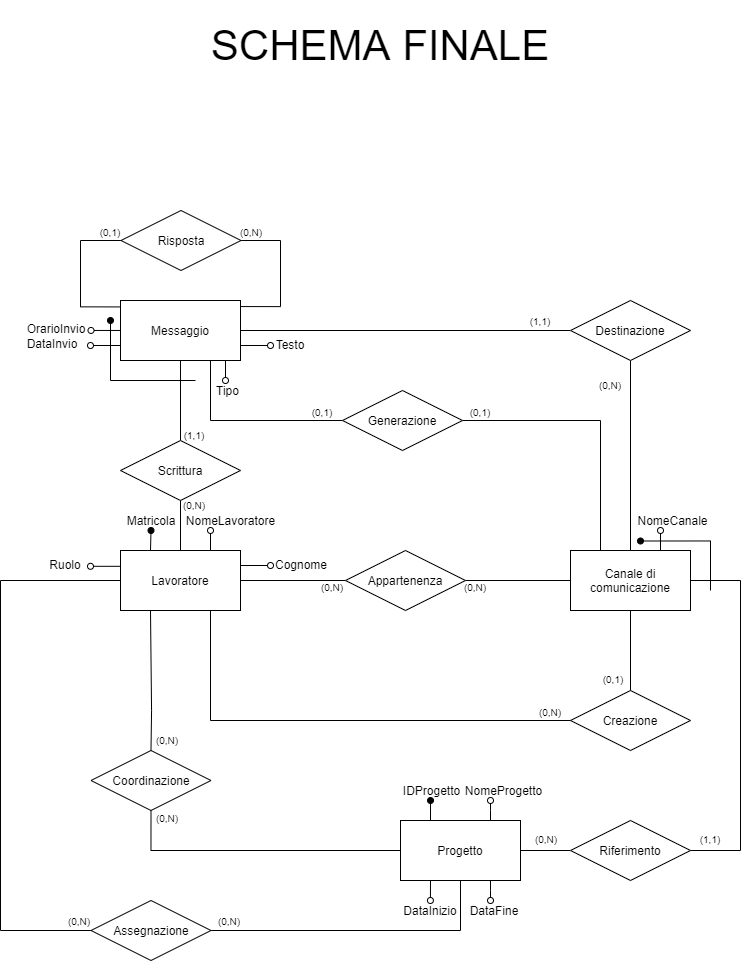
martafra/BD-Chat-Multicanale keeps this draw.io diagram as Relazione/Schema ER/ristrutturato-schema-finale.png. Above is the earlier version. Source tidied: cells renumbered, new cells last; positions are measured from the earlier drawing's top-left corner, leaving out a move shared by most shapes.
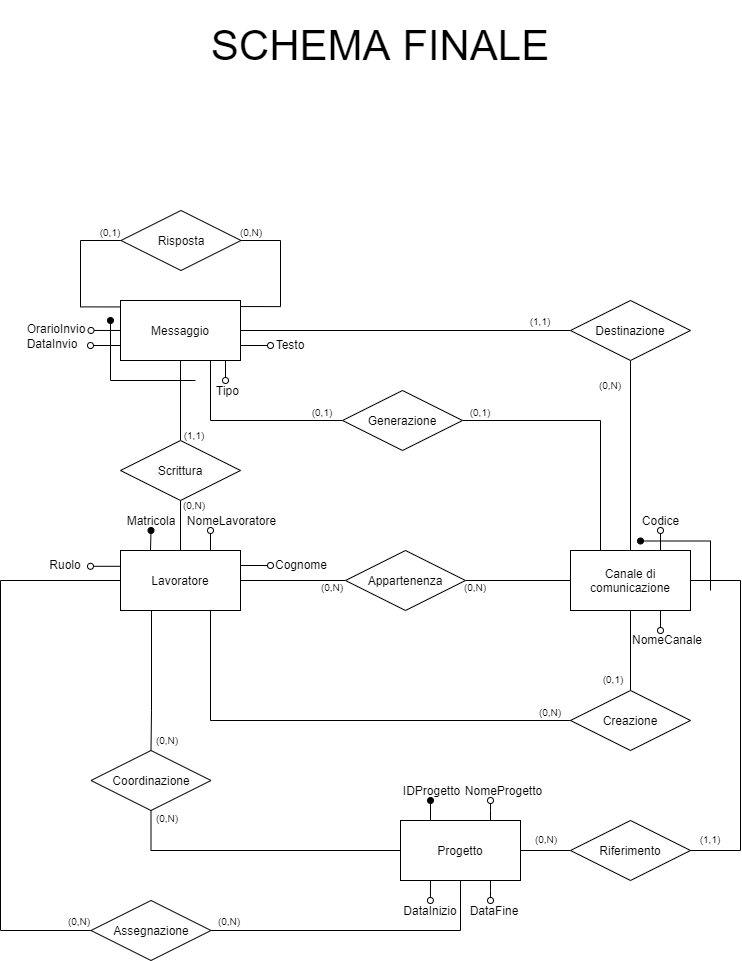
Later version of the same file.

What changed in the source:
```diff
@@ -19,6 +19,11 @@
         <mxPoint x="660" y="530" as="targetPoint" />
       </mxGeometry>
     </mxCell>
+    <mxCell id="80" style="edgeStyle=orthogonalEdgeStyle;rounded=0;jettySize=auto;html=1;exitX=0.75;exitY=1;exitDx=0;exitDy=0;endArrow=oval;endFill=0;" parent="1" edge="1" source="7">
+      <mxGeometry relative="1" as="geometry">
+        <mxPoint x="660" y="630" as="targetPoint" />
+      </mxGeometry>
+    </mxCell>
     <mxCell id="7" value="Canale di comunicazione" style="rounded=0;whiteSpace=wrap;html=1;" parent="1" vertex="1">
       <mxGeometry x="570" y="550" width="120" height="60" as="geometry" />
     </mxCell>
@@ -212,8 +217,8 @@
     <mxCell id="51" value="DataInvio" style="text;html=1;strokeColor=none;fillColor=none;align=center;verticalAlign=middle;whiteSpace=wrap;rounded=0;" parent="1" vertex="1">
       <mxGeometry x="32" y="333" width="40" height="20" as="geometry" />
     </mxCell>
-    <mxCell id="52" value="NomeCanale" style="text;html=1;strokeColor=none;fillColor=none;align=center;verticalAlign=middle;whiteSpace=wrap;rounded=0;" parent="1" vertex="1">
-      <mxGeometry x="640" y="510" width="65" height="20" as="geometry" />
+    <mxCell id="52" value="Codice" style="text;html=1;strokeColor=none;fillColor=none;align=center;verticalAlign=middle;whiteSpace=wrap;rounded=0;" parent="1" vertex="1">
+      <mxGeometry x="643" y="510" width="35" height="20" as="geometry" />
     </mxCell>
     <mxCell id="53" style="edgeStyle=orthogonalEdgeStyle;rounded=0;orthogonalLoop=1;jettySize=auto;html=1;endArrow=oval;endFill=1;" parent="1" edge="1">
       <mxGeometry relative="1" as="geometry">
@@ -310,5 +315,8 @@
     <mxCell id="79" value="Ruolo" style="text;html=1;strokeColor=none;fillColor=none;align=center;verticalAlign=middle;whiteSpace=wrap;rounded=0;" parent="1" vertex="1">
       <mxGeometry x="45" y="554" width="40" height="20" as="geometry" />
     </mxCell>
+    <mxCell id="81" value="NomeCanale" style="text;html=1;strokeColor=none;fillColor=none;align=center;verticalAlign=middle;whiteSpace=wrap;rounded=0;" parent="1" vertex="1">
+      <mxGeometry x="632" y="629" width="70" height="20" as="geometry" />
+    </mxCell>
   </root>
 </mxGraphModel>
```
